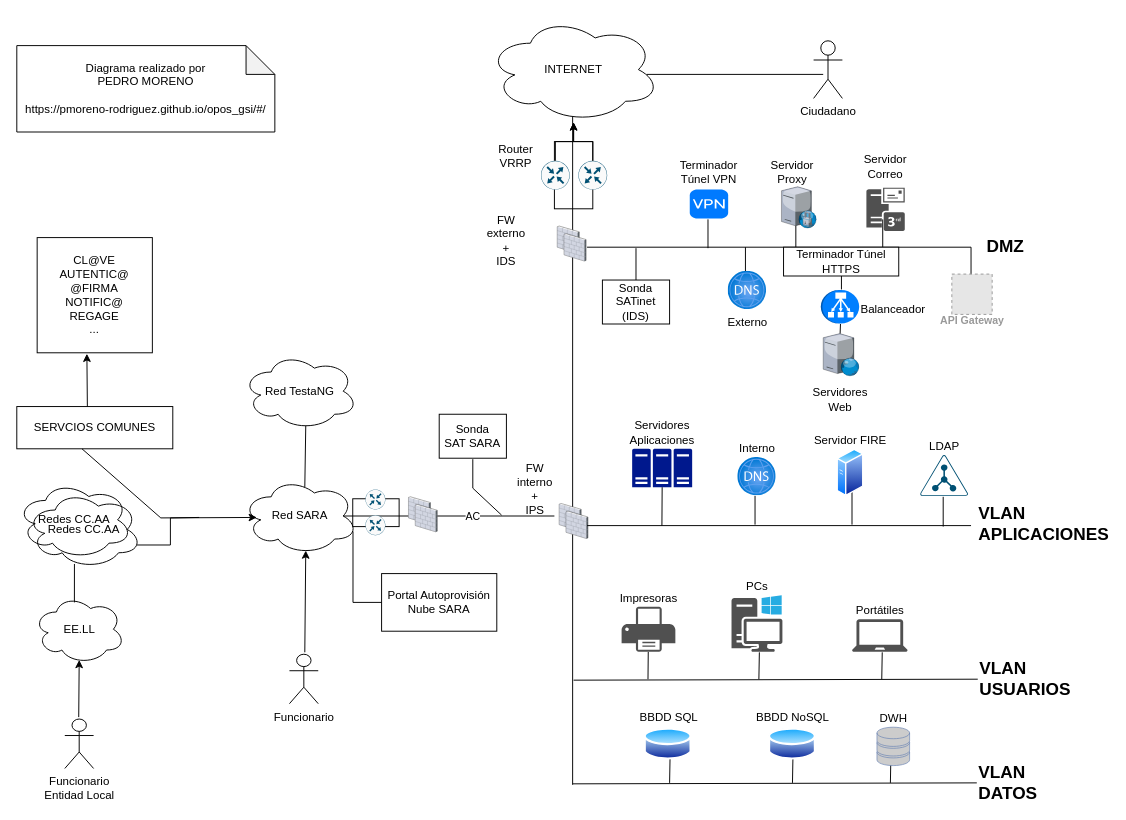
The draw.io diagram docs/diagramas/Diagrama-red-basico.drawio in pmoreno-rodriguez/opos_gsi, before the edit. Source tidied: cells renumbered, new cells numbered last; positions are measured from the earlier drawing's top-left corner, leaving out a move shared by most shapes. Both pictures are drawn from the tidied source at 96%, with x=0, y=0 at pixel (16, 16). Pictures stored in the file or linked from it are replaced by grey dashed boxes.
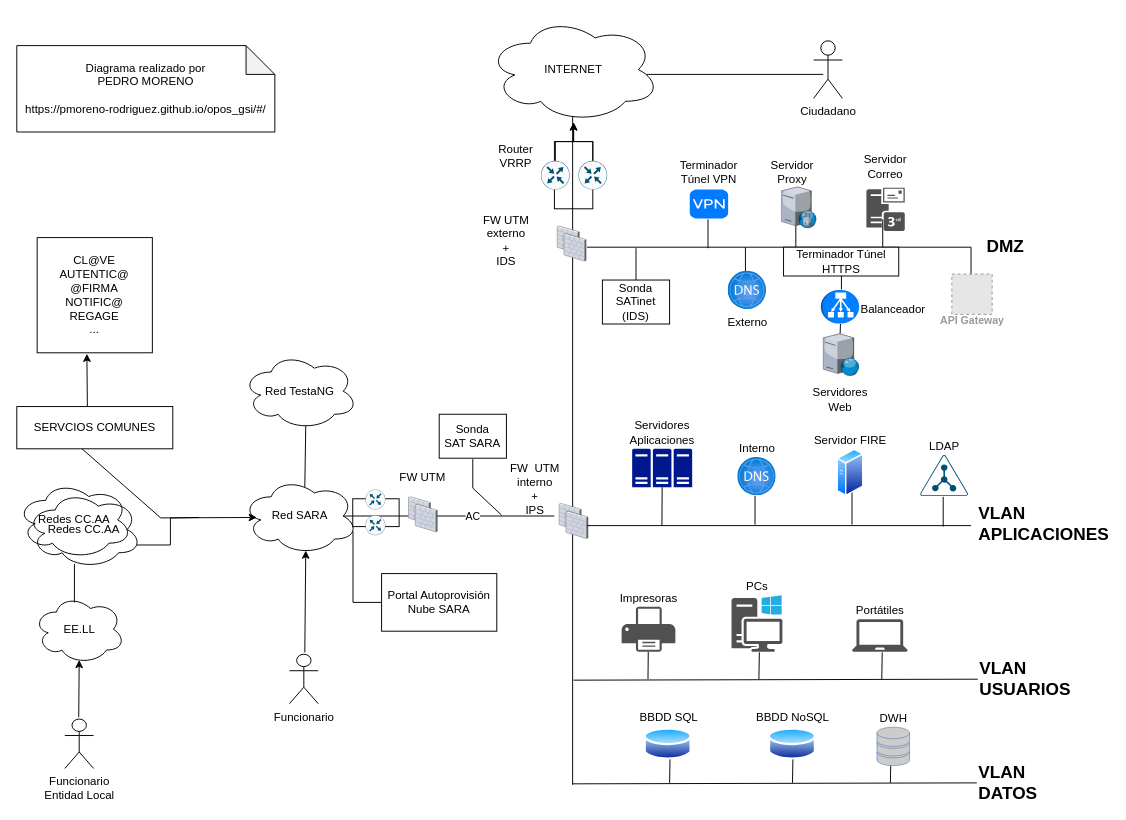
The same diagram, later.

Commit message (it also covers changes not shown here):
añadido UTM a los FW

Unchanged cells that the change refers to:
```xml
<mxCell id="85" style="group;" parent="1" vertex="1">
  <mxGeometry y="230" width="570" height="553" as="geometry" />
</mxCell>
```

What changed in the source:
```diff
@@
-    <mxCell id="15" value="FW externo&lt;br&gt;+&lt;br&gt;IDS" style="text;html=1;align=center;verticalAlign=middle;whiteSpace=wrap;rounded=0;" parent="1" vertex="1">
+    <mxCell id="15" value="FW UTM externo&lt;br&gt;+&lt;br&gt;IDS" style="text;html=1;align=center;verticalAlign=middle;whiteSpace=wrap;rounded=0;" parent="1" vertex="1">
       <mxGeometry x="480" y="218" width="60" height="30" as="geometry" />
     </mxCell>
@@
-    <mxCell id="86" value="FW interno&lt;br&gt;+&lt;br&gt;IPS" style="text;html=1;align=center;verticalAlign=middle;whiteSpace=wrap;rounded=0;" parent="85" vertex="1">
+    <mxCell id="86" value="FW&amp;nbsp; UTM&lt;div&gt;interno&lt;br&gt;+&lt;br&gt;IPS&lt;/div&gt;" style="text;html=1;align=center;verticalAlign=middle;whiteSpace=wrap;rounded=0;" parent="85" vertex="1">
       <mxGeometry x="510" y="247" width="60" height="30" as="geometry" />
     </mxCell>
@@
+    <mxCell id="121" value="FW UTM" style="text;html=1;align=center;verticalAlign=middle;whiteSpace=wrap;rounded=0;" parent="85" vertex="1">
+      <mxGeometry x="393" y="234.5" width="60" height="30" as="geometry" />
+    </mxCell>
```
